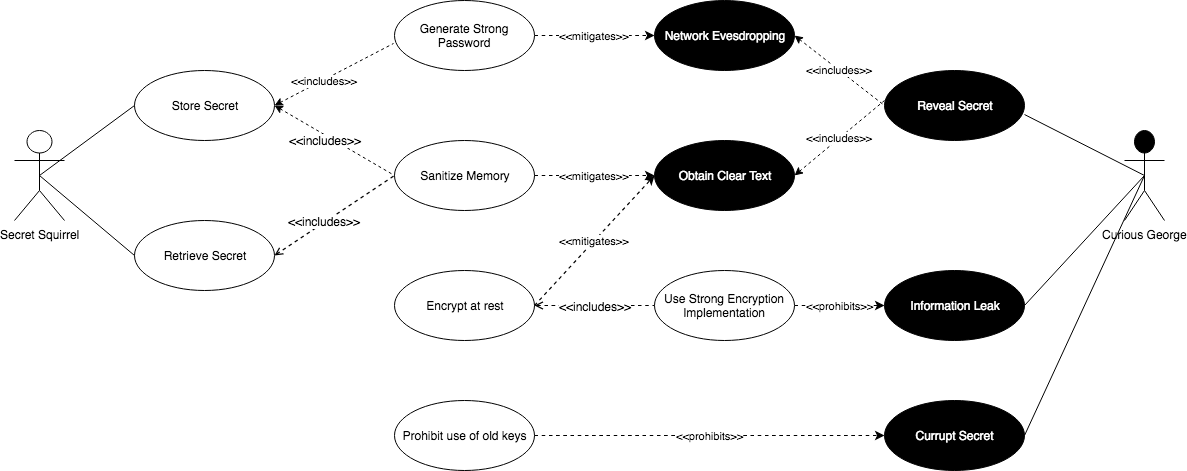
Above: Images/Use Cases-Secrets.png in sdfrench/CYBR8420-GotRoot (draw.io), before the change. Source tidied: cells renumbered, new cells last; positions are measured from the earlier drawing's top-left corner, leaving out a move shared by most shapes. The source it was exported from:
```xml
<mxGraphModel>
  <root>
    <mxCell id="0" />
    <mxCell id="1" parent="0" />
    <mxCell id="2" value="Store Secret" style="ellipse;whiteSpace=wrap;html=1;" parent="1" vertex="1">
      <mxGeometry x="120" y="70" width="140" height="70" as="geometry" />
    </mxCell>
    <mxCell id="3" style="html=1;jettySize=18;fontSize=11;strokeOpacity=100;dashed=1;strokeWidth=1.2;rounded=1;arcSize=10;startArrow=open;endArrow=none;elbow=vertical;endFill=0;entryX=0;entryY=0.5;entryDx=0;entryDy=0;exitX=1;exitY=0.5;exitDx=0;exitDy=0;" parent="1" edge="1" source="10" target="13">
      <mxGeometry relative="1" as="geometry" />
    </mxCell>
    <mxCell id="4" value="&amp;lt;&amp;lt;includes&amp;gt;&amp;gt;" style="text;html=1;labelBackgroundColor=#ffffff;align=center;verticalAlign=middle;" parent="3" vertex="1">
      <mxGeometry relative="1" as="geometry">
        <mxPoint x="-10" y="5" as="offset" />
      </mxGeometry>
    </mxCell>
    <mxCell id="5" style="edgeStyle=orthogonalEdgeStyle;rounded=1;orthogonalLoop=1;jettySize=auto;html=1;exitX=0.25;exitY=0;exitDx=0;exitDy=0;dashed=1;startArrow=none;startFill=0;endArrow=classic;endFill=1;fontColor=#000000;" parent="3" edge="1" source="4" target="4">
      <mxGeometry relative="1" as="geometry" />
    </mxCell>
    <mxCell id="6" style="rounded=1;jettySize=auto;html=1;exitX=0.5;exitY=0.5;exitDx=0;exitDy=0;exitPerimeter=0;entryX=0;entryY=0.5;entryDx=0;entryDy=0;fontColor=#FFFFFF;startArrow=none;startFill=0;endArrow=none;endFill=0;" parent="1" edge="1" source="7" target="2">
      <mxGeometry relative="1" as="geometry" />
    </mxCell>
    <mxCell id="7" value="Secret Squirrel" style="shape=umlActor;verticalLabelPosition=bottom;labelBackgroundColor=#ffffff;verticalAlign=top;html=1;" parent="1" vertex="1">
      <mxGeometry y="130" width="50" height="90" as="geometry" />
    </mxCell>
    <mxCell id="8" value="Information Leak" style="ellipse;whiteSpace=wrap;html=1;fillColor=#000000;fontColor=#FFFFFF;" parent="1" vertex="1">
      <mxGeometry x="870" y="270" width="140" height="70" as="geometry" />
    </mxCell>
    <mxCell id="9" value="&amp;lt;&amp;lt;mitigates&amp;gt;&amp;gt;" style="html=1;jettySize=18;fontSize=11;strokeOpacity=100;dashed=1;strokeWidth=1.2;rounded=1;arcSize=10;startArrow=none;endArrow=classic;entryX=0;entryY=0.5;entryDx=0;entryDy=0;endFill=1;startFill=0;exitX=1;exitY=0.5;exitDx=0;exitDy=0;" parent="1" edge="1" source="12" target="16">
      <mxGeometry relative="1" as="geometry" />
    </mxCell>
    <mxCell id="10" value="Retrieve Secret" style="ellipse;whiteSpace=wrap;html=1;" parent="1" vertex="1">
      <mxGeometry x="120" y="220" width="140" height="70" as="geometry" />
    </mxCell>
    <mxCell id="11" value="&amp;lt;&amp;lt;includes&amp;gt;&amp;gt;" style="edgeStyle=none;rounded=1;jettySize=auto;html=1;dashed=1;startArrow=classic;startFill=1;endArrow=none;endFill=0;fontColor=#000000;entryX=-0.007;entryY=0.614;entryDx=0;entryDy=0;entryPerimeter=0;exitX=1;exitY=0.5;exitDx=0;exitDy=0;" parent="1" edge="1" source="2" target="12">
      <mxGeometry x="-0.17" y="-1" relative="1" as="geometry" />
    </mxCell>
    <mxCell id="12" value="Generate Strong Password" style="ellipse;whiteSpace=wrap;html=1;" parent="1" vertex="1">
      <mxGeometry x="380" width="140" height="70" as="geometry" />
    </mxCell>
    <mxCell id="13" value="Sanitize Memory" style="ellipse;whiteSpace=wrap;html=1;" parent="1" vertex="1">
      <mxGeometry x="380" y="140" width="140" height="70" as="geometry" />
    </mxCell>
    <mxCell id="14" value="Encrypt at rest" style="ellipse;whiteSpace=wrap;html=1;" parent="1" vertex="1">
      <mxGeometry x="380" y="270" width="140" height="70" as="geometry" />
    </mxCell>
    <mxCell id="15" value="Prohibit use of old keys" style="ellipse;whiteSpace=wrap;html=1;" parent="1" vertex="1">
      <mxGeometry x="380" y="400" width="140" height="70" as="geometry" />
    </mxCell>
    <mxCell id="16" value="Network Evesdropping" style="ellipse;whiteSpace=wrap;html=1;fillColor=#000000;fontColor=#FFFFFF;" parent="1" vertex="1">
      <mxGeometry x="640" width="140" height="70" as="geometry" />
    </mxCell>
    <mxCell id="17" value="Reveal Secret" style="ellipse;whiteSpace=wrap;html=1;fillColor=#000000;fontColor=#FFFFFF;" parent="1" vertex="1">
      <mxGeometry x="870" y="70" width="140" height="70" as="geometry" />
    </mxCell>
    <mxCell id="18" value="Obtain Clear Text" style="ellipse;whiteSpace=wrap;html=1;fillColor=#000000;fontColor=#FFFFFF;" parent="1" vertex="1">
      <mxGeometry x="640" y="140" width="140" height="70" as="geometry" />
    </mxCell>
    <mxCell id="19" value="Currupt Secret" style="ellipse;whiteSpace=wrap;html=1;fillColor=#000000;fontColor=#FFFFFF;" parent="1" vertex="1">
      <mxGeometry x="870" y="400" width="140" height="70" as="geometry" />
    </mxCell>
    <mxCell id="20" value="Curious George" style="shape=umlActor;verticalLabelPosition=bottom;labelBackgroundColor=#ffffff;verticalAlign=top;html=1;fillColor=#000000;" parent="1" vertex="1">
      <mxGeometry x="1110" y="130" width="40" height="90" as="geometry" />
    </mxCell>
    <mxCell id="21" style="rounded=1;jettySize=auto;html=1;exitX=0.5;exitY=0.5;exitDx=0;exitDy=0;exitPerimeter=0;entryX=0;entryY=0.5;entryDx=0;entryDy=0;fontColor=#FFFFFF;startArrow=none;startFill=0;endArrow=none;endFill=0;" parent="1" edge="1" source="7" target="10">
      <mxGeometry relative="1" as="geometry" />
    </mxCell>
    <mxCell id="22" style="rounded=1;jettySize=auto;html=1;exitX=1;exitY=0.629;exitDx=0;exitDy=0;exitPerimeter=0;fontColor=#FFFFFF;startArrow=none;startFill=0;endArrow=none;endFill=0;entryX=0.5;entryY=0.5;entryDx=0;entryDy=0;entryPerimeter=0;" parent="1" edge="1" source="17" target="20">
      <mxGeometry relative="1" as="geometry" />
    </mxCell>
    <mxCell id="23" style="rounded=1;jettySize=auto;html=1;exitX=1;exitY=0.5;exitDx=0;exitDy=0;fontColor=#FFFFFF;startArrow=none;startFill=0;endArrow=none;endFill=0;entryX=0.5;entryY=0.5;entryDx=0;entryDy=0;entryPerimeter=0;" parent="1" edge="1" source="8" target="20">
      <mxGeometry relative="1" as="geometry" />
    </mxCell>
    <mxCell id="24" style="rounded=1;jettySize=auto;html=1;exitX=1;exitY=0.5;exitDx=0;exitDy=0;fontColor=#FFFFFF;startArrow=none;startFill=0;endArrow=none;endFill=0;entryX=0.5;entryY=0.5;entryDx=0;entryDy=0;entryPerimeter=0;" parent="1" edge="1" source="19" target="20">
      <mxGeometry relative="1" as="geometry" />
    </mxCell>
    <mxCell id="25" style="rounded=1;jettySize=auto;html=1;exitX=1;exitY=0.5;exitDx=0;exitDy=0;entryX=0;entryY=0.5;entryDx=0;entryDy=0;fontColor=#FFFFFF;startArrow=classic;startFill=1;endArrow=none;endFill=0;dashed=1;" parent="1" edge="1" source="2" target="13">
      <mxGeometry relative="1" as="geometry" />
    </mxCell>
    <mxCell id="26" value="&amp;lt;&amp;lt;includes&amp;gt;&amp;gt;" style="text;html=1;align=center;verticalAlign=middle;labelBackgroundColor=#ffffff;fontColor=#000000;" parent="25" vertex="1">
      <mxGeometry x="0.25" relative="1" as="geometry">
        <mxPoint x="-25" y="-9" as="offset" />
      </mxGeometry>
    </mxCell>
    <mxCell id="27" value="&amp;lt;&amp;lt;mitigates&amp;gt;&amp;gt;" style="html=1;jettySize=18;fontSize=11;strokeOpacity=100;dashed=1;strokeWidth=1.2;rounded=1;arcSize=10;startArrow=none;endArrow=classic;exitX=1;exitY=0.5;exitDx=0;exitDy=0;endFill=1;startFill=0;entryX=0;entryY=0.5;entryDx=0;entryDy=0;" parent="1" edge="1" source="13" target="18">
      <mxGeometry relative="1" as="geometry" />
    </mxCell>
    <mxCell id="28" value="&amp;lt;&amp;lt;mitigates&amp;gt;&amp;gt;" style="html=1;jettySize=18;fontSize=11;strokeOpacity=100;dashed=1;strokeWidth=1.2;rounded=1;arcSize=10;startArrow=none;endArrow=classic;endFill=1;startFill=0;exitX=1;exitY=0.5;exitDx=0;exitDy=0;entryX=0;entryY=0.5;entryDx=0;entryDy=0;" parent="1" edge="1" source="14" target="18">
      <mxGeometry relative="1" as="geometry" />
    </mxCell>
    <mxCell id="29" value="&amp;lt;&amp;lt;prohibits&amp;gt;&amp;gt;" style="html=1;jettySize=18;fontSize=11;strokeOpacity=100;dashed=1;strokeWidth=1.2;rounded=1;arcSize=10;startArrow=none;endArrow=classic;endFill=1;startFill=0;exitX=1;exitY=0.5;exitDx=0;exitDy=0;entryX=0;entryY=0.5;entryDx=0;entryDy=0;" parent="1" edge="1" source="33" target="8">
      <mxGeometry relative="1" as="geometry" />
    </mxCell>
    <mxCell id="30" value="&amp;lt;&amp;lt;prohibits&amp;gt;&amp;gt;" style="html=1;jettySize=18;fontSize=11;strokeOpacity=100;dashed=1;strokeWidth=1.2;rounded=1;arcSize=10;startArrow=none;endArrow=classic;endFill=1;startFill=0;exitX=1;exitY=0.5;exitDx=0;exitDy=0;entryX=0;entryY=0.5;entryDx=0;entryDy=0;" parent="1" edge="1" source="15" target="19">
      <mxGeometry relative="1" as="geometry" />
    </mxCell>
    <mxCell id="31" value="&amp;lt;&amp;lt;includes&amp;gt;&amp;gt;" style="edgeStyle=none;rounded=1;jettySize=auto;html=1;dashed=1;startArrow=classic;startFill=1;endArrow=none;endFill=0;fontColor=#000000;entryX=0;entryY=0.5;entryDx=0;entryDy=0;exitX=1;exitY=0.5;exitDx=0;exitDy=0;" parent="1" edge="1" source="16" target="17">
      <mxGeometry relative="1" as="geometry" />
    </mxCell>
    <mxCell id="32" value="&amp;lt;&amp;lt;includes&amp;gt;&amp;gt;" style="edgeStyle=none;rounded=1;jettySize=auto;html=1;dashed=1;startArrow=classic;startFill=1;endArrow=none;endFill=0;fontColor=#000000;exitX=1;exitY=0.5;exitDx=0;exitDy=0;" parent="1" edge="1" source="18">
      <mxGeometry relative="1" as="geometry">
        <mxPoint x="870" y="100" as="targetPoint" />
      </mxGeometry>
    </mxCell>
    <mxCell id="33" value="Use Strong Encryption Implementation" style="ellipse;whiteSpace=wrap;html=1;" parent="1" vertex="1">
      <mxGeometry x="640" y="270" width="140" height="70" as="geometry" />
    </mxCell>
    <mxCell id="34" style="html=1;jettySize=18;fontSize=11;strokeOpacity=100;dashed=1;strokeWidth=1.2;rounded=1;arcSize=10;startArrow=open;endArrow=none;elbow=vertical;endFill=0;exitX=1;exitY=0.5;exitDx=0;exitDy=0;entryX=0;entryY=0.5;entryDx=0;entryDy=0;" parent="1" edge="1" source="14" target="33">
      <mxGeometry relative="1" as="geometry" />
    </mxCell>
    <mxCell id="35" value="&amp;lt;&amp;lt;includes&amp;gt;&amp;gt;" style="text;html=1;labelBackgroundColor=#ffffff;align=center;verticalAlign=middle;" parent="34" vertex="1">
      <mxGeometry relative="1" as="geometry" />
    </mxCell>
    <mxCell id="36" style="edgeStyle=none;rounded=1;orthogonalLoop=1;jettySize=auto;html=1;entryX=0;entryY=0.5;entryDx=0;entryDy=0;dashed=1;startArrow=none;startFill=0;endArrow=classic;endFill=1;fontColor=#000000;" parent="1" edge="1" source="33" target="33">
      <mxGeometry relative="1" as="geometry" />
    </mxCell>
  </root>
</mxGraphModel>
```
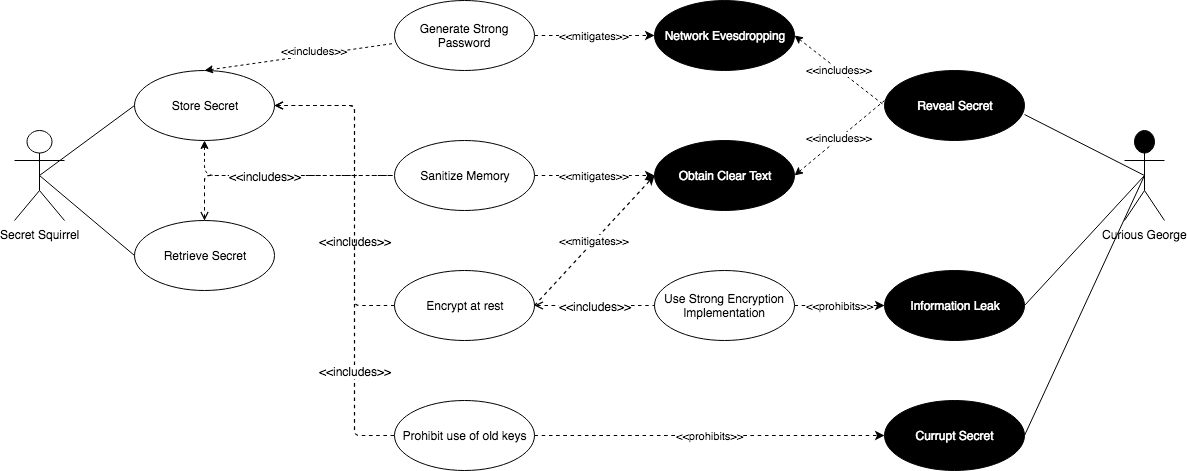
The same diagram one commit later.

The edit, as a diff of the source:
```diff
@@ -5,16 +5,18 @@
     <mxCell id="2" value="Store Secret" style="ellipse;whiteSpace=wrap;html=1;" parent="1" vertex="1">
       <mxGeometry x="120" y="70" width="140" height="70" as="geometry" />
     </mxCell>
-    <mxCell id="3" style="html=1;jettySize=18;fontSize=11;strokeOpacity=100;dashed=1;strokeWidth=1.2;rounded=1;arcSize=10;startArrow=open;endArrow=none;elbow=vertical;endFill=0;entryX=0;entryY=0.5;entryDx=0;entryDy=0;exitX=1;exitY=0.5;exitDx=0;exitDy=0;" parent="1" edge="1" source="10" target="13">
-      <mxGeometry relative="1" as="geometry" />
+    <mxCell id="3" style="html=1;jettySize=18;fontSize=11;strokeOpacity=100;dashed=1;strokeWidth=1.2;rounded=1;arcSize=10;startArrow=open;endArrow=none;elbow=vertical;endFill=0;entryX=0;entryY=0.5;entryDx=0;entryDy=0;exitX=0.5;exitY=0;exitDx=0;exitDy=0;edgeStyle=orthogonalEdgeStyle;" parent="1" edge="1" source="10" target="13">
+      <mxGeometry relative="1" as="geometry">
+        <Array as="points">
+          <mxPoint x="190" y="175" />
+        </Array>
+      </mxGeometry>
     </mxCell>
-    <mxCell id="4" value="&amp;lt;&amp;lt;includes&amp;gt;&amp;gt;" style="text;html=1;labelBackgroundColor=#ffffff;align=center;verticalAlign=middle;" parent="3" vertex="1">
-      <mxGeometry relative="1" as="geometry">
-        <mxPoint x="-10" y="5" as="offset" />
-      </mxGeometry>
-    </mxCell>
-    <mxCell id="5" style="edgeStyle=orthogonalEdgeStyle;rounded=1;orthogonalLoop=1;jettySize=auto;html=1;exitX=0.25;exitY=0;exitDx=0;exitDy=0;dashed=1;startArrow=none;startFill=0;endArrow=classic;endFill=1;fontColor=#000000;" parent="3" edge="1" source="4" target="4">
-      <mxGeometry relative="1" as="geometry" />
+    <mxCell id="5" style="edgeStyle=orthogonalEdgeStyle;rounded=1;orthogonalLoop=1;jettySize=auto;html=1;exitX=0.25;exitY=0;exitDx=0;exitDy=0;dashed=1;startArrow=none;startFill=0;endArrow=classic;endFill=1;fontColor=#000000;" parent="3" edge="1">
+      <mxGeometry relative="1" as="geometry">
+        <mxPoint x="340" y="440" as="sourcePoint" />
+        <mxPoint x="340" y="440" as="targetPoint" />
+      </mxGeometry>
     </mxCell>
     <mxCell id="6" style="rounded=1;jettySize=auto;html=1;exitX=0.5;exitY=0.5;exitDx=0;exitDy=0;exitPerimeter=0;entryX=0;entryY=0.5;entryDx=0;entryDy=0;fontColor=#FFFFFF;startArrow=none;startFill=0;endArrow=none;endFill=0;" parent="1" edge="1" source="7" target="2">
       <mxGeometry relative="1" as="geometry" />
@@ -31,8 +33,8 @@
     <mxCell id="10" value="Retrieve Secret" style="ellipse;whiteSpace=wrap;html=1;" parent="1" vertex="1">
       <mxGeometry x="120" y="220" width="140" height="70" as="geometry" />
     </mxCell>
-    <mxCell id="11" value="&amp;lt;&amp;lt;includes&amp;gt;&amp;gt;" style="edgeStyle=none;rounded=1;jettySize=auto;html=1;dashed=1;startArrow=classic;startFill=1;endArrow=none;endFill=0;fontColor=#000000;entryX=-0.007;entryY=0.614;entryDx=0;entryDy=0;entryPerimeter=0;exitX=1;exitY=0.5;exitDx=0;exitDy=0;" parent="1" edge="1" source="2" target="12">
-      <mxGeometry x="-0.17" y="-1" relative="1" as="geometry" />
+    <mxCell id="11" value="&amp;lt;&amp;lt;includes&amp;gt;&amp;gt;" style="edgeStyle=none;rounded=1;jettySize=auto;html=1;dashed=1;startArrow=classic;startFill=1;endArrow=none;endFill=0;fontColor=#000000;entryX=-0.007;entryY=0.614;entryDx=0;entryDy=0;entryPerimeter=0;exitX=0.5;exitY=0;exitDx=0;exitDy=0;" parent="1" edge="1" source="2" target="12">
+      <mxGeometry x="0.17" y="4" relative="1" as="geometry" />
     </mxCell>
     <mxCell id="12" value="Generate Strong Password" style="ellipse;whiteSpace=wrap;html=1;" parent="1" vertex="1">
       <mxGeometry x="380" width="140" height="70" as="geometry" />
@@ -73,12 +75,16 @@
     <mxCell id="24" style="rounded=1;jettySize=auto;html=1;exitX=1;exitY=0.5;exitDx=0;exitDy=0;fontColor=#FFFFFF;startArrow=none;startFill=0;endArrow=none;endFill=0;entryX=0.5;entryY=0.5;entryDx=0;entryDy=0;entryPerimeter=0;" parent="1" edge="1" source="19" target="20">
       <mxGeometry relative="1" as="geometry" />
     </mxCell>
-    <mxCell id="25" style="rounded=1;jettySize=auto;html=1;exitX=1;exitY=0.5;exitDx=0;exitDy=0;entryX=0;entryY=0.5;entryDx=0;entryDy=0;fontColor=#FFFFFF;startArrow=classic;startFill=1;endArrow=none;endFill=0;dashed=1;" parent="1" edge="1" source="2" target="13">
-      <mxGeometry relative="1" as="geometry" />
+    <mxCell id="25" style="rounded=1;jettySize=auto;html=1;entryX=0;entryY=0.5;entryDx=0;entryDy=0;fontColor=#FFFFFF;startArrow=classic;startFill=1;endArrow=none;endFill=0;dashed=1;edgeStyle=orthogonalEdgeStyle;exitX=0.5;exitY=1;exitDx=0;exitDy=0;" parent="1" edge="1" source="2" target="13">
+      <mxGeometry relative="1" as="geometry">
+        <Array as="points">
+          <mxPoint x="190" y="175" />
+        </Array>
+      </mxGeometry>
     </mxCell>
     <mxCell id="26" value="&amp;lt;&amp;lt;includes&amp;gt;&amp;gt;" style="text;html=1;align=center;verticalAlign=middle;labelBackgroundColor=#ffffff;fontColor=#000000;" parent="25" vertex="1">
       <mxGeometry x="0.25" relative="1" as="geometry">
-        <mxPoint x="-25" y="-9" as="offset" />
+        <mxPoint x="-46" as="offset" />
       </mxGeometry>
     </mxCell>
     <mxCell id="27" value="&amp;lt;&amp;lt;mitigates&amp;gt;&amp;gt;" style="html=1;jettySize=18;fontSize=11;strokeOpacity=100;dashed=1;strokeWidth=1.2;rounded=1;arcSize=10;startArrow=none;endArrow=classic;exitX=1;exitY=0.5;exitDx=0;exitDy=0;endFill=1;startFill=0;entryX=0;entryY=0.5;entryDx=0;entryDy=0;" parent="1" edge="1" source="13" target="18">
@@ -113,5 +119,43 @@
     <mxCell id="36" style="edgeStyle=none;rounded=1;orthogonalLoop=1;jettySize=auto;html=1;entryX=0;entryY=0.5;entryDx=0;entryDy=0;dashed=1;startArrow=none;startFill=0;endArrow=classic;endFill=1;fontColor=#000000;" parent="1" edge="1" source="33" target="33">
       <mxGeometry relative="1" as="geometry" />
     </mxCell>
+    <mxCell id="37" style="html=1;jettySize=18;fontSize=11;strokeOpacity=100;dashed=1;strokeWidth=1.2;rounded=1;arcSize=10;startArrow=open;endArrow=none;elbow=vertical;endFill=0;entryX=0;entryY=0.5;entryDx=0;entryDy=0;exitX=1;exitY=0.5;exitDx=0;exitDy=0;edgeStyle=orthogonalEdgeStyle;" parent="1" edge="1" source="2" target="14">
+      <mxGeometry relative="1" as="geometry">
+        <Array as="points">
+          <mxPoint x="340" y="105" />
+          <mxPoint x="340" y="305" />
+        </Array>
+      </mxGeometry>
+    </mxCell>
+    <mxCell id="38" style="edgeStyle=orthogonalEdgeStyle;rounded=1;orthogonalLoop=1;jettySize=auto;html=1;exitX=0.25;exitY=0;exitDx=0;exitDy=0;dashed=1;startArrow=none;startFill=0;endArrow=classic;endFill=1;fontColor=#000000;" parent="37" edge="1">
+      <mxGeometry relative="1" as="geometry">
+        <mxPoint x="340" y="440" as="sourcePoint" />
+        <mxPoint x="340" y="440" as="targetPoint" />
+      </mxGeometry>
+    </mxCell>
+    <mxCell id="39" value="&amp;lt;&amp;lt;includes&amp;gt;&amp;gt;" style="text;html=1;align=center;verticalAlign=middle;labelBackgroundColor=#ffffff;" parent="37" vertex="1">
+      <mxGeometry x="0.73" y="-1" relative="1" as="geometry">
+        <mxPoint x="1" y="-62" as="offset" />
+      </mxGeometry>
+    </mxCell>
+    <mxCell id="40" style="html=1;jettySize=18;fontSize=11;strokeOpacity=100;dashed=1;strokeWidth=1.2;rounded=1;arcSize=10;startArrow=open;endArrow=none;elbow=vertical;endFill=0;entryX=0;entryY=0.5;entryDx=0;entryDy=0;exitX=1;exitY=0.5;exitDx=0;exitDy=0;edgeStyle=orthogonalEdgeStyle;" parent="1" edge="1" source="2" target="15">
+      <mxGeometry relative="1" as="geometry">
+        <Array as="points">
+          <mxPoint x="340" y="105" />
+          <mxPoint x="340" y="435" />
+        </Array>
+      </mxGeometry>
+    </mxCell>
+    <mxCell id="41" style="edgeStyle=orthogonalEdgeStyle;rounded=1;orthogonalLoop=1;jettySize=auto;html=1;exitX=0.25;exitY=0;exitDx=0;exitDy=0;dashed=1;startArrow=none;startFill=0;endArrow=classic;endFill=1;fontColor=#000000;" parent="40" edge="1">
+      <mxGeometry relative="1" as="geometry">
+        <mxPoint x="340" y="440" as="sourcePoint" />
+        <mxPoint x="340" y="440" as="targetPoint" />
+      </mxGeometry>
+    </mxCell>
+    <mxCell id="42" value="&amp;lt;&amp;lt;includes&amp;gt;&amp;gt;" style="text;html=1;align=center;verticalAlign=middle;labelBackgroundColor=#ffffff;" parent="40" vertex="1">
+      <mxGeometry x="0.67" y="-2" relative="1" as="geometry">
+        <mxPoint x="2" y="-30" as="offset" />
+      </mxGeometry>
+    </mxCell>
   </root>
 </mxGraphModel>
```
